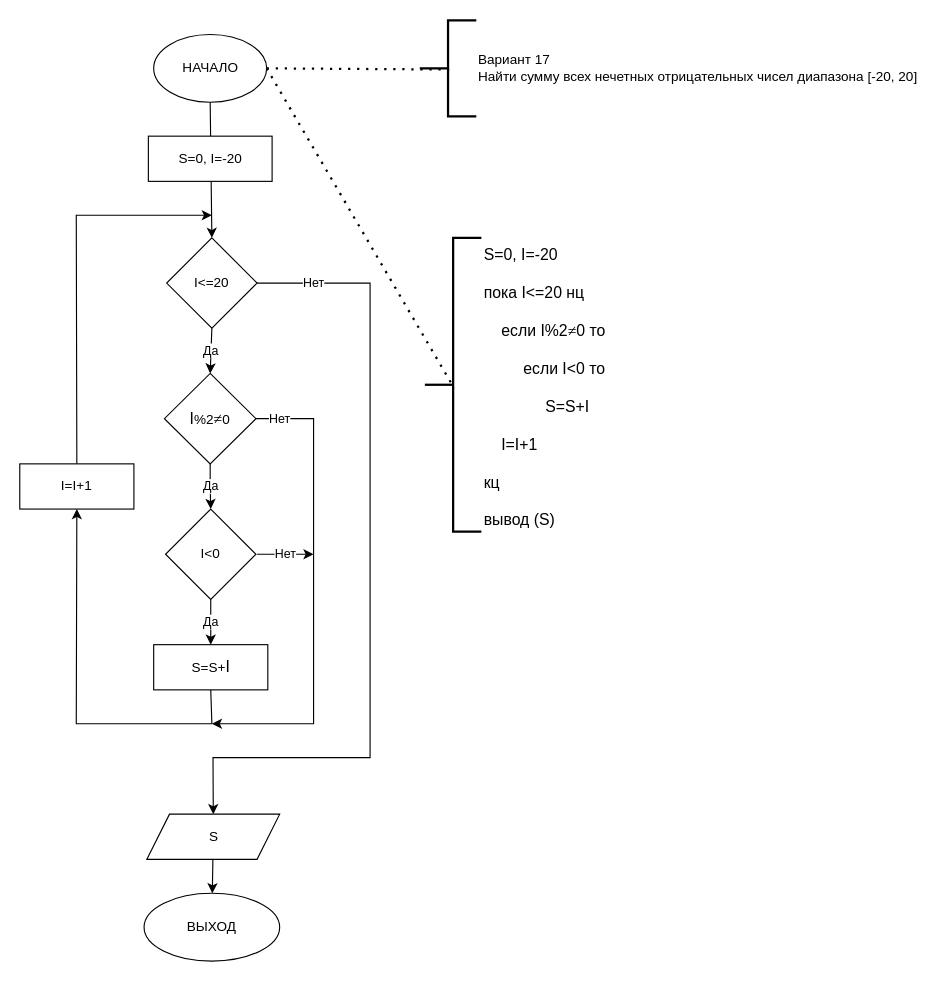
Above: Task_02_17_01.drawio in paweltaranov/Pawel_Taranov_Zadanie_01 (draw.io), before the change. Source tidied: cells renumbered, new cells numbered last; positions are measured from the earlier drawing's top-left corner, leaving out a move shared by most shapes. Both pictures are drawn from the tidied source at 113%, with x=0, y=0 at pixel (19, 20).
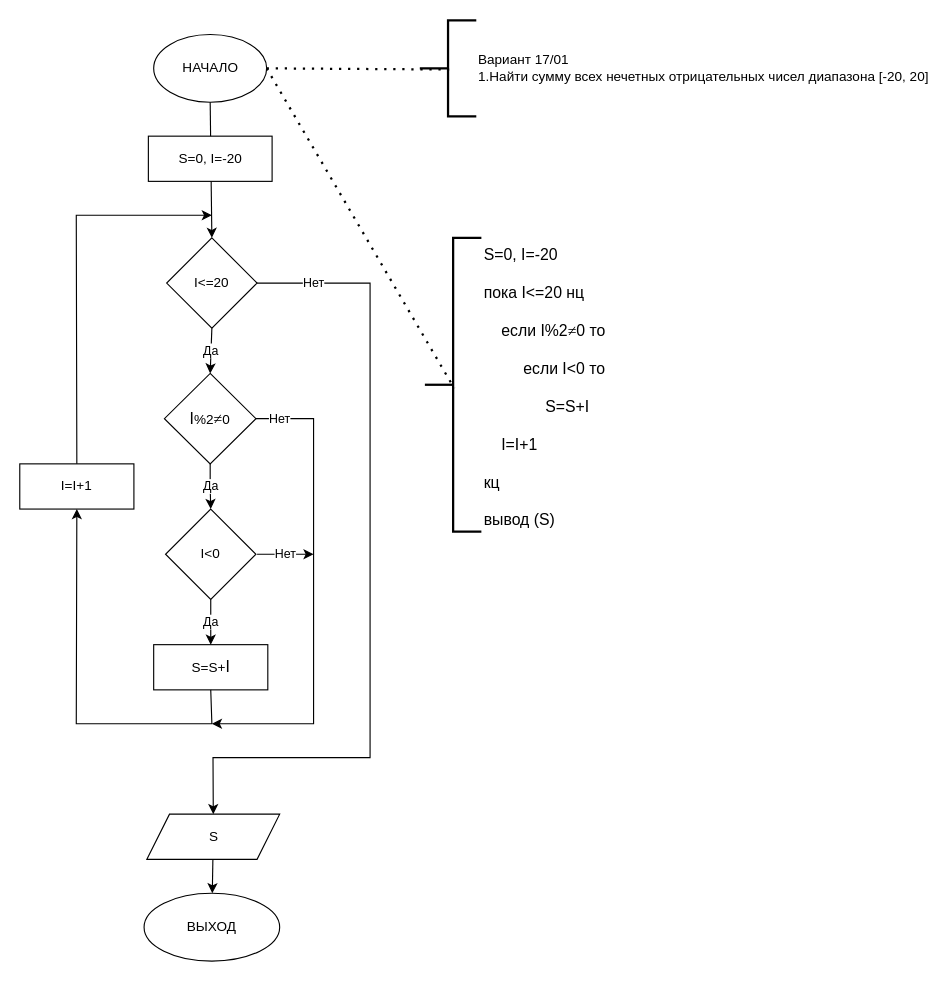
After the change.

The edit, as a diff of the source:
```diff
@@
-    <mxCell id="11" value="Вариант 17&lt;br&gt;&lt;div&gt;Найти сумму всех нечетных отрицательных чисел диапазона [-20, 20]&lt;br&gt;&lt;/div&gt;" style="strokeWidth=2;html=1;shape=mxgraph.flowchart.annotation_2;align=left;labelPosition=right;" parent="1" vertex="1">
+    <mxCell id="11" value="Вариант 17/01&lt;br&gt;&lt;div&gt;1.Найти сумму всех нечетных отрицательных чисел диапазона [-20, 20]&lt;br&gt;&lt;/div&gt;" style="strokeWidth=2;html=1;shape=mxgraph.flowchart.annotation_2;align=left;labelPosition=right;" parent="1" vertex="1">
       <mxGeometry x="354" y="-0.5" width="50" height="85" as="geometry" />
     </mxCell>
```
